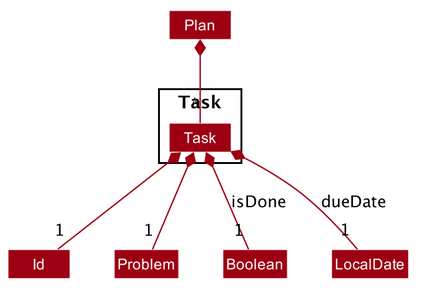
Above: docs/images/task/HighLevelTaskClassDiagram.png in nus-cs2103-AY1920S1/addressbook-level3 (PlantUML), before the change.
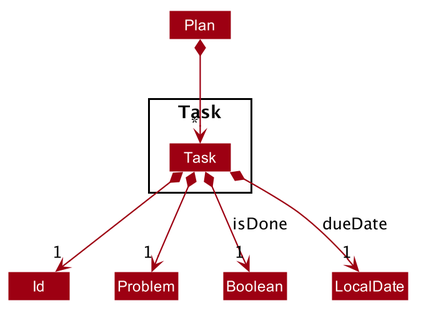
After the change.

The edit, as a diff of the source:
```diff
@@ -60,11 +60,11 @@
 class Id
 class Problem
 
-Task *--"1" Id
-Task *--"1" Problem
-Task *--"1" Boolean:isDone
-Task *--"1" LocalDate:dueDate
+Task *-->"1" Id
+Task *-->"1" Problem
+Task *-->"1" Boolean:isDone
+Task *-->"1" LocalDate:dueDate
 
-Plan *--"*" Task
+Plan *-->"*" Task
 
 @enduml
```
